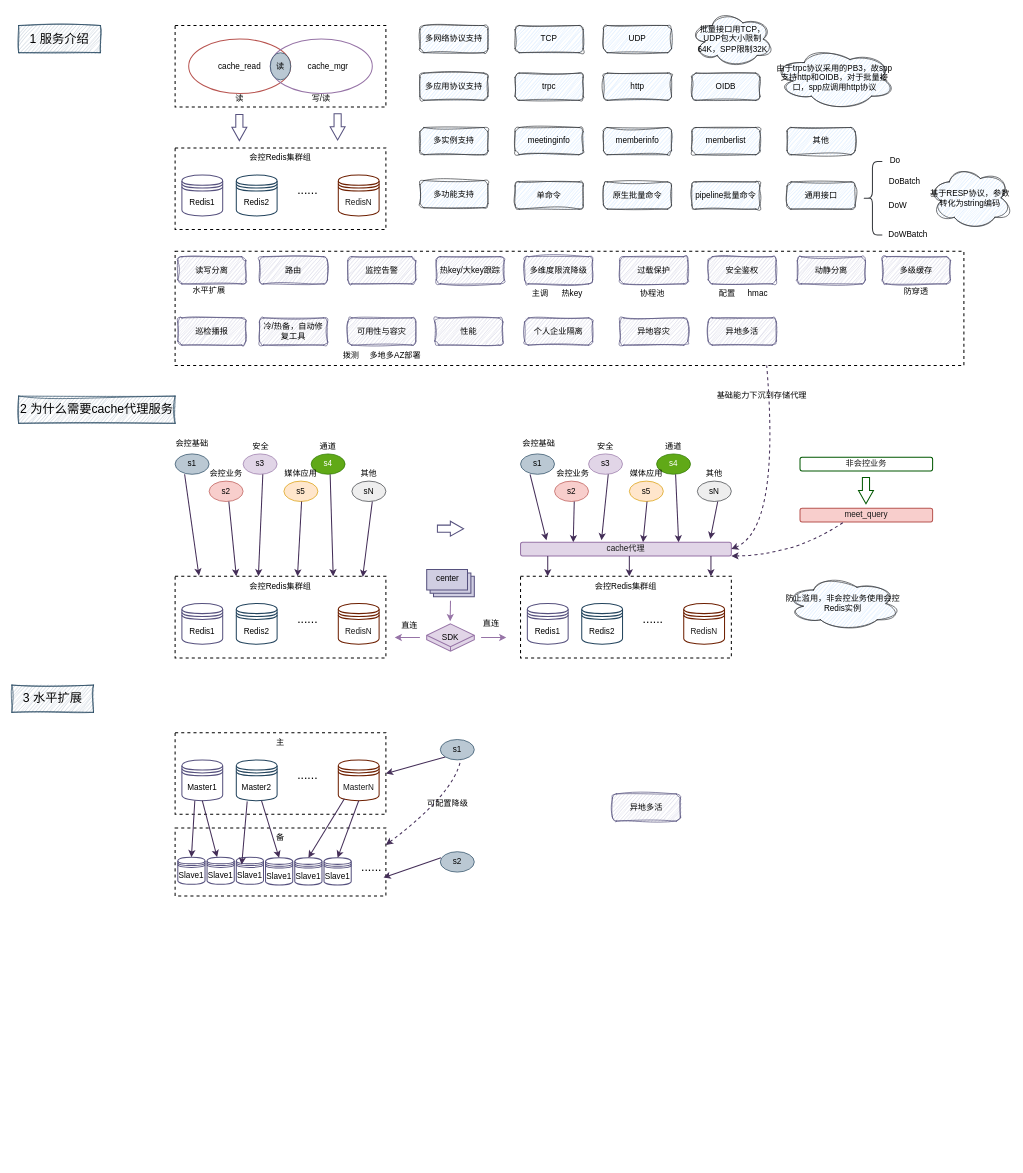
The draw.io diagram base/cache架构.drawio in melonshell/draw.io, before the edit. Source tidied: cells renumbered, new cells numbered last; positions are measured from the earlier drawing's top-left corner, leaving out a move shared by most shapes. Both pictures are drawn from the tidied source at 68%, with x=0, y=0 at pixel (12, 12).
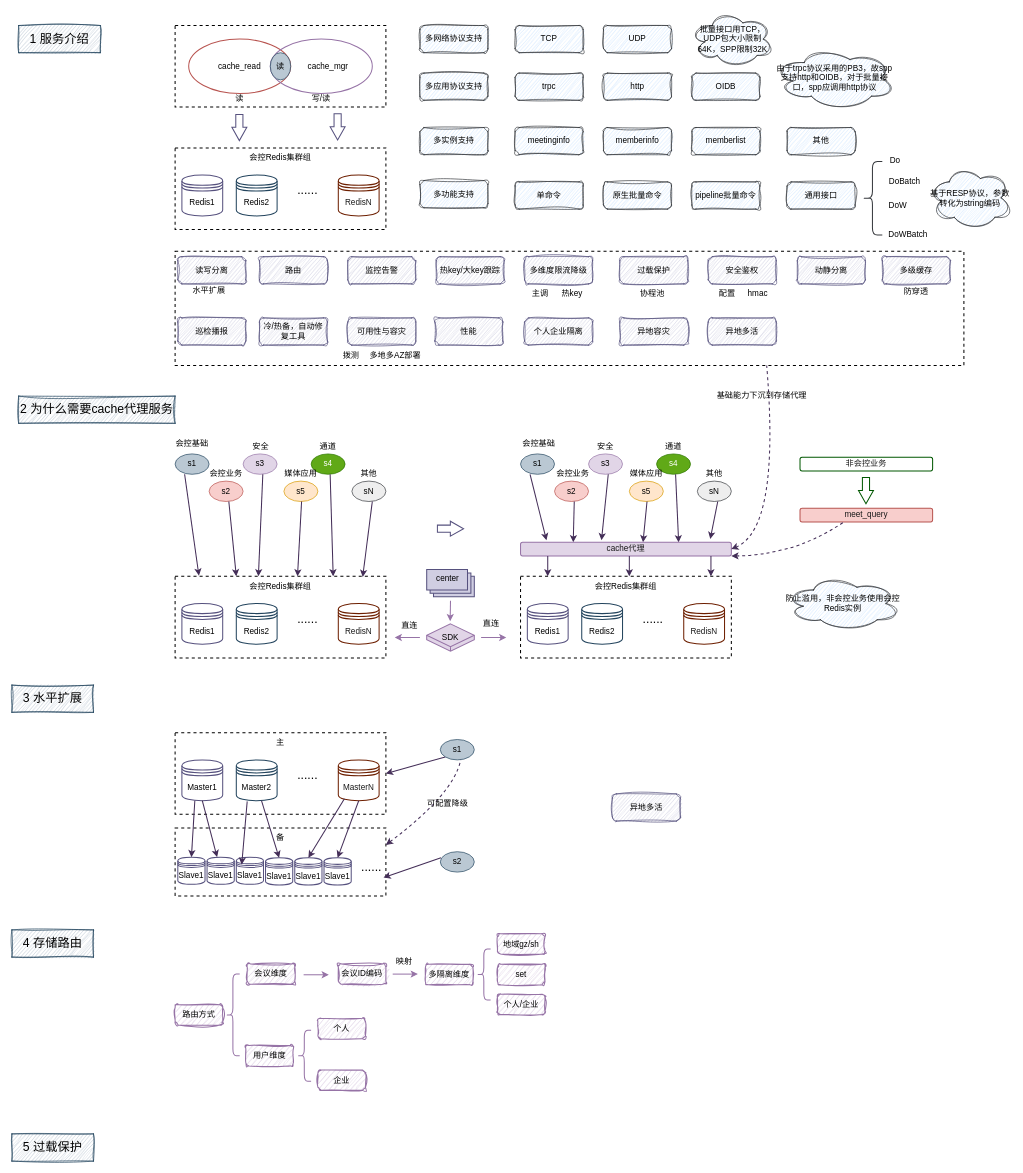
The same page after the edit.

Diff of the diagram source:
```diff
@@
+    <mxCell id="168" value="&lt;font style=&quot;font-size: 18px;&quot;&gt;4 存储路由&lt;/font&gt;" style="rounded=0;whiteSpace=wrap;html=1;fillColor=#bac8d3;sketch=1;curveFitting=1;jiggle=2;strokeColor=#23445d;" parent="1" vertex="1">
+      <mxGeometry y="1350" width="120" height="40" as="geometry" />
+    </mxCell>
+    <mxCell id="169" value="路由方式" style="rounded=1;whiteSpace=wrap;html=1;fillColor=#e1d5e7;strokeColor=#9673a6;strokeWidth=1.5;sketch=1;curveFitting=1;jiggle=2;" parent="1" vertex="1">
+      <mxGeometry x="240" y="1460" width="70" height="30" as="geometry" />
+    </mxCell>
+    <mxCell id="170" style="shape=curlyBracket;whiteSpace=wrap;html=1;rounded=1;labelPosition=left;verticalLabelPosition=middle;align=right;verticalAlign=middle;fillColor=#e1d5e7;strokeColor=#9673a6;strokeWidth=1.5;" parent="1" vertex="1">
+      <mxGeometry x="315" y="1415" width="20" height="120" as="geometry" />
+    </mxCell>
+    <mxCell id="171" value="会议维度" style="rounded=1;whiteSpace=wrap;html=1;fillColor=#e1d5e7;strokeColor=#9673a6;strokeWidth=1.5;sketch=1;curveFitting=1;jiggle=2;" parent="1" vertex="1">
+      <mxGeometry x="346" y="1400" width="70" height="30" as="geometry" />
+    </mxCell>
+    <mxCell id="172" value="用户维度" style="rounded=1;whiteSpace=wrap;html=1;fillColor=#e1d5e7;strokeColor=#9673a6;strokeWidth=1.5;sketch=1;curveFitting=1;jiggle=2;" parent="1" vertex="1">
+      <mxGeometry x="344" y="1520" width="70" height="30" as="geometry" />
+    </mxCell>
+    <mxCell id="173" style="shape=curlyBracket;whiteSpace=wrap;html=1;rounded=1;labelPosition=left;verticalLabelPosition=middle;align=right;verticalAlign=middle;fillColor=#e1d5e7;strokeColor=#9673a6;strokeWidth=1.5;" parent="1" vertex="1">
+      <mxGeometry x="420" y="1497.5" width="20" height="75" as="geometry" />
+    </mxCell>
+    <mxCell id="174" value="个人" style="rounded=1;whiteSpace=wrap;html=1;fillColor=#e1d5e7;strokeColor=#9673a6;strokeWidth=1.5;sketch=1;curveFitting=1;jiggle=2;" parent="1" vertex="1">
+      <mxGeometry x="450" y="1480" width="70" height="30" as="geometry" />
+    </mxCell>
+    <mxCell id="175" value="企业" style="rounded=1;whiteSpace=wrap;html=1;fillColor=#e1d5e7;strokeColor=#9673a6;strokeWidth=1.5;sketch=1;curveFitting=1;jiggle=2;" parent="1" vertex="1">
+      <mxGeometry x="450" y="1556" width="70" height="30" as="geometry" />
+    </mxCell>
+    <mxCell id="176" style="shape=curlyBracket;whiteSpace=wrap;html=1;rounded=1;labelPosition=left;verticalLabelPosition=middle;align=right;verticalAlign=middle;fillColor=#e1d5e7;strokeColor=#9673a6;strokeWidth=1.5;" parent="1" vertex="1">
+      <mxGeometry x="684" y="1378" width="20" height="75" as="geometry" />
+    </mxCell>
+    <mxCell id="177" value="会议ID编码" style="rounded=1;whiteSpace=wrap;html=1;fillColor=#e1d5e7;strokeColor=#9673a6;strokeWidth=1.5;sketch=1;curveFitting=1;jiggle=2;" parent="1" vertex="1">
+      <mxGeometry x="480" y="1400" width="70" height="30" as="geometry" />
+    </mxCell>
+    <mxCell id="178" style="endArrow=classic;html=1;rounded=0;strokeWidth=1.5;fillColor=#e1d5e7;strokeColor=#9673a6;" parent="1" edge="1">
+      <mxGeometry relative="1" as="geometry">
+        <mxPoint x="429" y="1416" as="sourcePoint" />
+        <mxPoint x="466" y="1416" as="targetPoint" />
+      </mxGeometry>
+    </mxCell>
+    <mxCell id="179" value="地域gz/sh" style="rounded=1;whiteSpace=wrap;html=1;fillColor=#e1d5e7;strokeColor=#9673a6;strokeWidth=1.5;sketch=1;curveFitting=1;jiggle=2;" parent="1" vertex="1">
+      <mxGeometry x="714" y="1355.5" width="70" height="30" as="geometry" />
+    </mxCell>
+    <mxCell id="180" value="set" style="rounded=1;whiteSpace=wrap;html=1;fillColor=#e1d5e7;strokeColor=#9673a6;strokeWidth=1.5;sketch=1;curveFitting=1;jiggle=2;" parent="1" vertex="1">
+      <mxGeometry x="714" y="1400.5" width="70" height="30" as="geometry" />
+    </mxCell>
+    <mxCell id="181" value="个人/企业" style="rounded=1;whiteSpace=wrap;html=1;fillColor=#e1d5e7;strokeColor=#9673a6;strokeWidth=1.5;sketch=1;curveFitting=1;jiggle=2;" parent="1" vertex="1">
+      <mxGeometry x="714" y="1444.5" width="70" height="30" as="geometry" />
+    </mxCell>
+    <mxCell id="182" value="多隔离维度" style="rounded=1;whiteSpace=wrap;html=1;fillColor=#e1d5e7;strokeColor=#9673a6;strokeWidth=1.5;sketch=1;curveFitting=1;jiggle=2;" parent="1" vertex="1">
+      <mxGeometry x="608" y="1400.5" width="70" height="30" as="geometry" />
+    </mxCell>
+    <mxCell id="183" style="endArrow=classic;html=1;rounded=0;strokeWidth=1.5;fillColor=#e1d5e7;strokeColor=#9673a6;" parent="1" edge="1">
+      <mxGeometry relative="1" as="geometry">
+        <mxPoint x="560" y="1415" as="sourcePoint" />
+        <mxPoint x="597" y="1415" as="targetPoint" />
+      </mxGeometry>
+    </mxCell>
+    <mxCell id="184" value="映射" style="rounded=0;whiteSpace=wrap;html=1;fillColor=none;strokeColor=none;" parent="1" vertex="1">
+      <mxGeometry x="542" y="1380.5" width="70" height="30" as="geometry" />
+    </mxCell>
+    <mxCell id="185" value="&lt;font style=&quot;font-size: 18px;&quot;&gt;5 过载保护&lt;/font&gt;" style="rounded=0;whiteSpace=wrap;html=1;fillColor=#bac8d3;sketch=1;curveFitting=1;jiggle=2;strokeColor=#23445d;" parent="1" vertex="1">
+      <mxGeometry y="1650" width="120" height="40" as="geometry" />
+    </mxCell>
```
